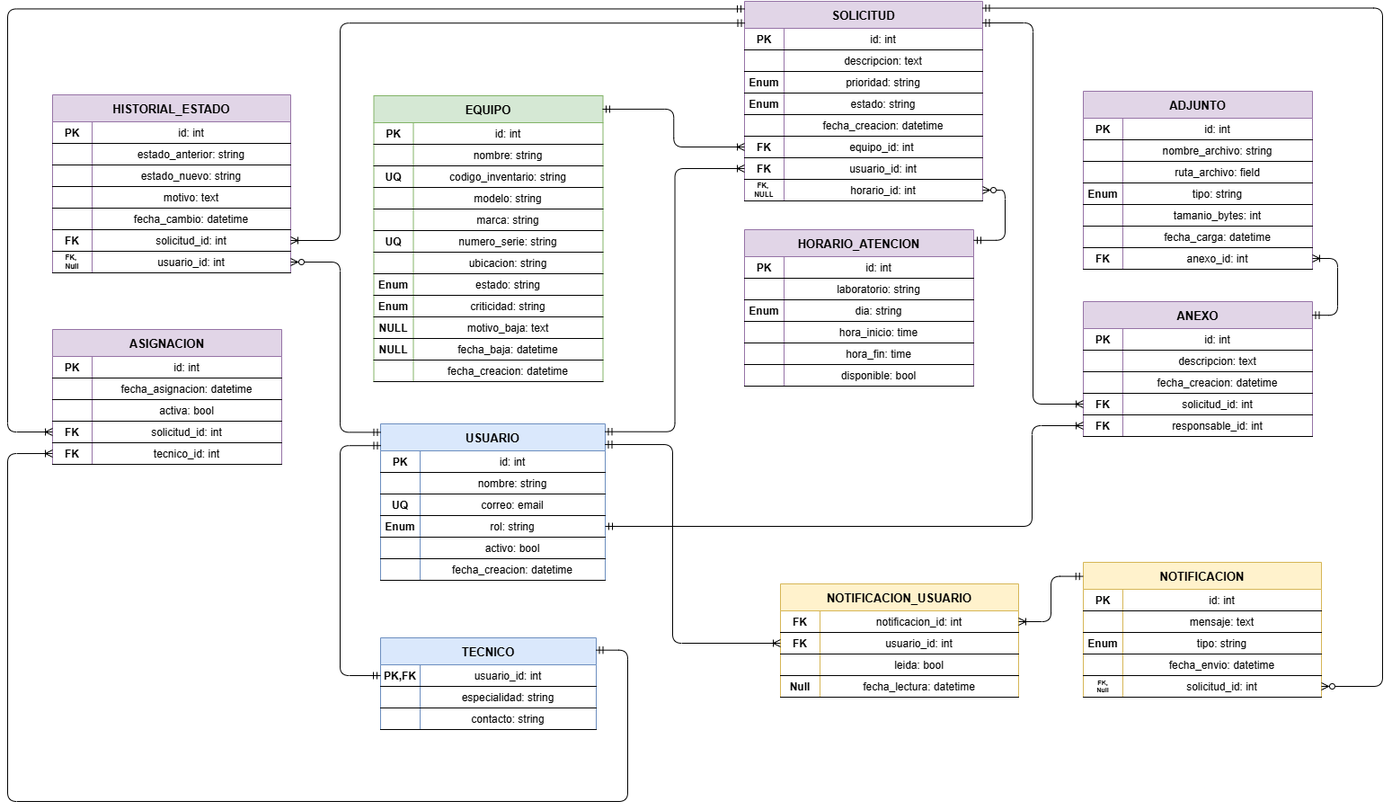
GPT-Ingesoft/project-backend keeps this draw.io diagram as docs/images/Database_ER.png. Above is the earlier version. Source tidied: cells renumbered, new cells last; positions are measured from the earlier drawing's top-left corner, leaving out a move shared by most shapes.
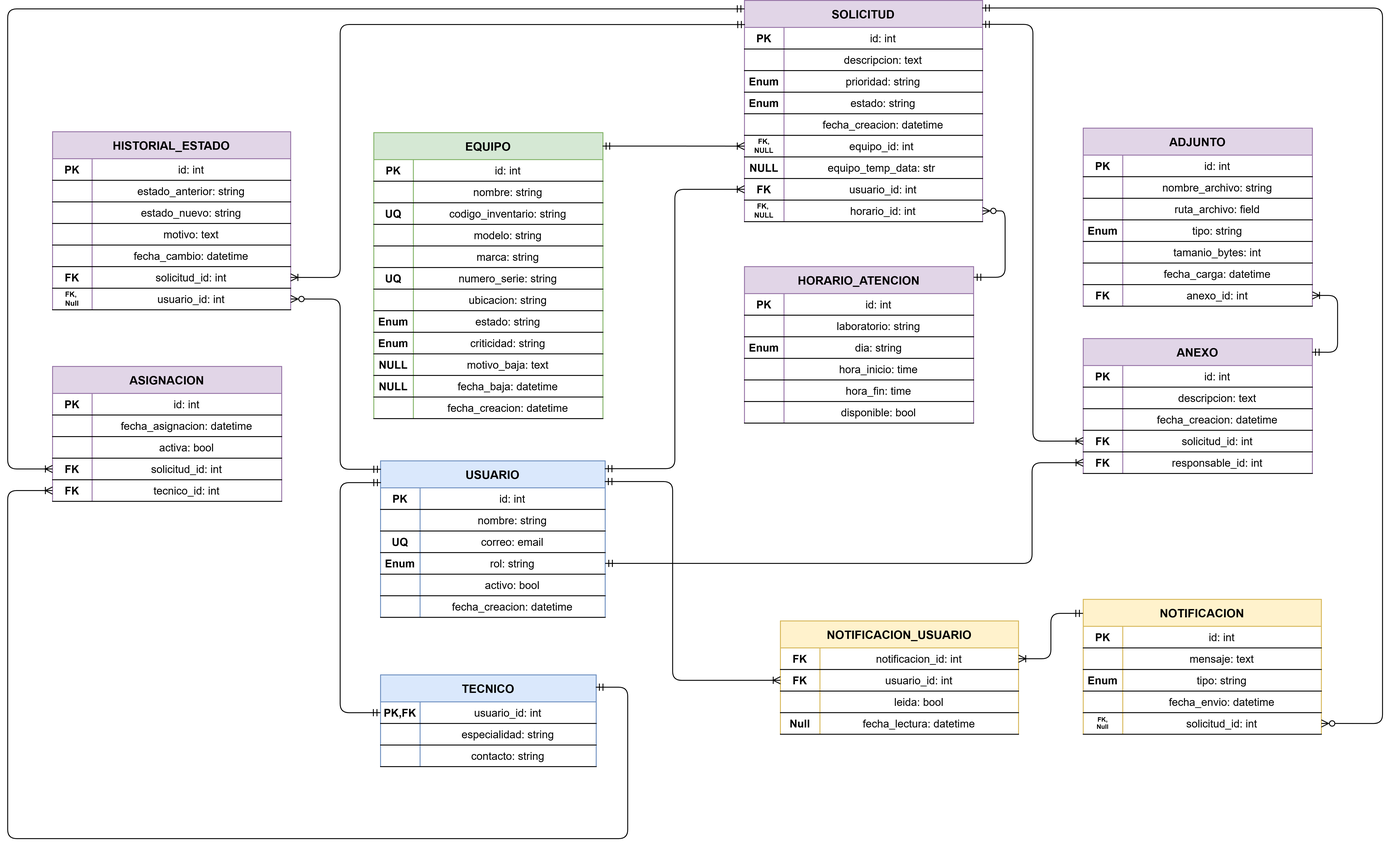
The same file after the commit.

Change to the diagram source:
```diff
@@ -201,7 +201,7 @@
       <mxGeometry x="44" width="211" height="24" as="geometry" />
     </mxCell>
     <mxCell id="68" value="SOLICITUD" style="shape=table;startSize=30;rowLines=0;fontStyle=1;align=center;fontSize=13;fillColor=#e1d5e7;strokeColor=#9673a6;" parent="1" vertex="1">
-      <mxGeometry x="820" width="265" height="222" as="geometry" />
+      <mxGeometry x="820" y="-42" width="265" height="246" as="geometry" />
     </mxCell>
     <mxCell id="69" style="shape=tableRow;horizontal=0;startSize=0;swimlaneHead=0;swimlaneBody=0;fillColor=none;fontSize=12;top=0;left=0;right=0;bottom=1;" parent="68" vertex="1">
       <mxGeometry y="30" width="265" height="24" as="geometry" />
@@ -251,14 +251,23 @@
     <mxCell id="84" style="shape=tableRow;horizontal=0;startSize=0;swimlaneHead=0;swimlaneBody=0;fillColor=none;points=[[0,0.5],[1,0.5]];portConstraint=eastwest;fontSize=12;top=0;left=0;right=0;bottom=1;" parent="68" vertex="1">
       <mxGeometry y="150" width="265" height="24" as="geometry" />
     </mxCell>
-    <mxCell id="85" value="FK" style="shape=partialRectangle;fillColor=none;top=0;left=0;bottom=0;right=0;fontStyle=1;overflow=hidden;" parent="84" vertex="1">
+    <mxCell id="85" value="FK,&#10;NULL" style="shape=partialRectangle;fillColor=none;top=0;left=0;bottom=0;right=0;fontStyle=1;overflow=hidden;fontSize=8;" parent="84" vertex="1">
       <mxGeometry width="44" height="24" as="geometry" />
     </mxCell>
     <mxCell id="86" value="equipo_id: int " style="shape=partialRectangle;fillColor=none;top=0;left=0;bottom=0;right=0;overflow=hidden;" parent="84" vertex="1">
       <mxGeometry x="44" width="221" height="24" as="geometry" />
     </mxCell>
+    <mxCell id="231" style="shape=tableRow;horizontal=0;startSize=0;swimlaneHead=0;swimlaneBody=0;fillColor=none;fontSize=12;top=0;left=0;right=0;bottom=1;" parent="68" vertex="1">
+      <mxGeometry y="174" width="265" height="24" as="geometry" />
+    </mxCell>
+    <mxCell id="232" value="NULL" style="shape=partialRectangle;fillColor=none;top=0;left=0;bottom=0;right=0;fontStyle=1;overflow=hidden;" parent="231" vertex="1">
+      <mxGeometry width="44" height="24" as="geometry" />
+    </mxCell>
+    <mxCell id="233" value="equipo_temp_data: str " style="shape=partialRectangle;fillColor=none;top=0;left=0;bottom=0;right=0;overflow=hidden;" parent="231" vertex="1">
+      <mxGeometry x="44" width="221" height="24" as="geometry" />
+    </mxCell>
     <mxCell id="87" style="shape=tableRow;horizontal=0;startSize=0;swimlaneHead=0;swimlaneBody=0;fillColor=none;points=[[0,0.5],[1,0.5]];portConstraint=eastwest;fontSize=12;top=0;left=0;right=0;bottom=1;" parent="68" vertex="1">
-      <mxGeometry y="174" width="265" height="24" as="geometry" />
+      <mxGeometry y="198" width="265" height="24" as="geometry" />
     </mxCell>
     <mxCell id="88" value="FK" style="shape=partialRectangle;fillColor=none;top=0;left=0;bottom=0;right=0;fontStyle=1;overflow=hidden;" parent="87" vertex="1">
       <mxGeometry width="44" height="24" as="geometry" />
@@ -267,7 +276,7 @@
       <mxGeometry x="44" width="221" height="24" as="geometry" />
     </mxCell>
     <mxCell id="90" style="shape=tableRow;horizontal=0;startSize=0;swimlaneHead=0;swimlaneBody=0;fillColor=none;points=[[0,0.5],[1,0.5]];portConstraint=eastwest;fontSize=9;top=0;left=0;right=0;bottom=1;" parent="68" vertex="1">
-      <mxGeometry y="198" width="265" height="24" as="geometry" />
+      <mxGeometry y="222" width="265" height="24" as="geometry" />
     </mxCell>
     <mxCell id="91" value="FK, &#10;NULL" style="shape=partialRectangle;fillColor=none;top=0;left=0;bottom=0;right=0;fontStyle=1;overflow=hidden;fontSize=8;" parent="90" vertex="1">
       <mxGeometry width="44" height="24" as="geometry" />
@@ -665,14 +674,14 @@
       <mxGeometry relative="1" as="geometry">
         <Array as="points">
           <mxPoint x="1110" y="266" />
-          <mxPoint x="1110" y="210" />
+          <mxPoint x="1110" y="192" />
         </Array>
       </mxGeometry>
     </mxCell>
     <mxCell id="221" style="edgeStyle=orthogonalEdgeStyle;startFill=0;endFill=0;fontSize=11;startArrow=ERmandOne;endArrow=ERoneToMany;entryX=1;entryY=0.5;entryDx=0;entryDy=0;exitX=0.002;exitY=0.109;exitDx=0;exitDy=0;exitPerimeter=0;" parent="1" edge="1" source="68" target="109">
       <mxGeometry relative="1" as="geometry">
         <Array as="points">
-          <mxPoint x="370" y="24" />
+          <mxPoint x="370" y="-15" />
           <mxPoint x="370" y="266" />
         </Array>
       </mxGeometry>
@@ -707,7 +716,7 @@
     <mxCell id="226" style="edgeStyle=orthogonalEdgeStyle;startFill=0;endFill=0;fontSize=11;startArrow=ERmandOne;endArrow=ERoneToMany;exitX=0;exitY=0.038;exitDx=0;exitDy=0;entryX=0;entryY=0.5;entryDx=0;entryDy=0;exitPerimeter=0;" parent="1" edge="1" source="68" target="144">
       <mxGeometry relative="1" as="geometry">
         <Array as="points">
-          <mxPoint y="8" />
+          <mxPoint y="-33" />
           <mxPoint y="479" />
         </Array>
       </mxGeometry>
@@ -725,7 +734,7 @@
     <mxCell id="228" style="edgeStyle=orthogonalEdgeStyle;startFill=0;endFill=0;fontSize=11;startArrow=ERmandOne;endArrow=ERzeroToMany;exitX=0.998;exitY=0.034;exitDx=0;exitDy=0;entryX=1;entryY=0.5;entryDx=0;entryDy=0;exitPerimeter=0;" parent="1" edge="1" source="68" target="201">
       <mxGeometry relative="1" as="geometry">
         <Array as="points">
-          <mxPoint x="1530" y="8" />
+          <mxPoint x="1530" y="-34" />
           <mxPoint x="1530" y="762" />
         </Array>
       </mxGeometry>
```
